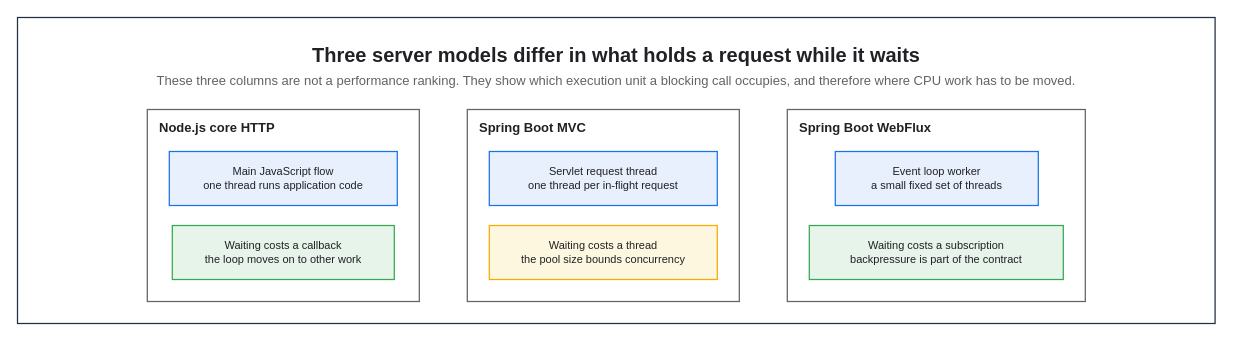
The draw.io diagram assets/img/server/nodejs-spring-server-stacks.drawio in KKamJi98/kkamji98.github.io, before the edit. Source tidied: cells renumbered, new cells numbered last; positions are measured from the earlier drawing's top-left corner, leaving out a move shared by most shapes. Both pictures are drawn from the tidied source at 100%, with x=0, y=0 at pixel (17, 17).
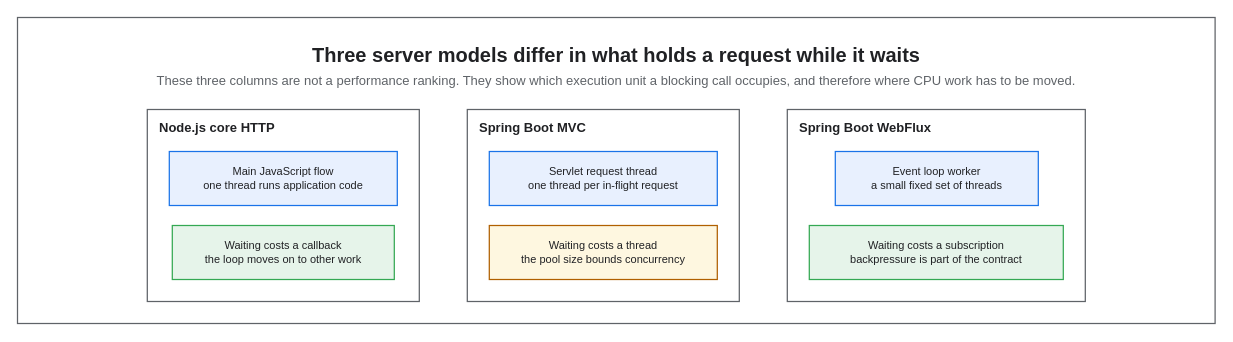
Above is the later version.

Change to the diagram source:
```diff
@@
 <mxGraphModel background="#FFFFFF">
   <root>
     <mxCell id="0" />
     <mxCell id="1" parent="0" />
-    <mxCell id="2" style="rounded=0;html=0;fillColor=none;strokeColor=#232F3E;fontColor=#202124;strokeWidth=1.25;" parent="1" vertex="1">
+    <mxCell id="2" style="rounded=0;html=0;fillColor=none;strokeColor=#5F6368;fontColor=#202124;strokeWidth=1.25;" parent="1" vertex="1">
       <mxGeometry width="1197.6" height="306" as="geometry" />
     </mxCell>
     <mxCell id="3" value="Three server models differ in what holds a request while it waits" style="text;html=0;whiteSpace=wrap;fillColor=none;strokeColor=none;fontColor=#202124;fontSize=20;fontStyle=1;align=center;verticalAlign=middle;" parent="1" vertex="1">
       <mxGeometry x="22" y="22" width="1153.6" height="30" as="geometry" />
     </mxCell>
     <mxCell id="4" value="These three columns are not a performance ranking. They show which execution unit a blocking call occupies, and therefore where CPU work has to be moved." style="text;html=0;whiteSpace=wrap;fillColor=none;strokeColor=none;fontColor=#5F6368;fontSize=13;fontStyle=0;align=center;verticalAlign=middle;" parent="1" vertex="1">
       <mxGeometry x="22" y="52" width="1153.6" height="22" as="geometry" />
     </mxCell>
     <mxCell id="5" value="Node.js core HTTP" style="rounded=0;whiteSpace=wrap;html=0;fillColor=none;strokeColor=#5F6368;fontColor=#202124;fontSize=13;fontStyle=1;align=left;verticalAlign=top;spacingLeft=10;spacingTop=4;strokeWidth=1.25;dashed=0;" parent="1" vertex="1">
       <mxGeometry x="129.8" y="92" width="272" height="192" as="geometry" />
     </mxCell>
     <mxCell id="6" value="Spring Boot MVC" style="rounded=0;whiteSpace=wrap;html=0;fillColor=none;strokeColor=#5F6368;fontColor=#202124;fontSize=13;fontStyle=1;align=left;verticalAlign=top;spacingLeft=10;spacingTop=4;strokeWidth=1.25;dashed=0;" parent="1" vertex="1">
       <mxGeometry x="449.8" y="92" width="272" height="192" as="geometry" />
     </mxCell>
     <mxCell id="7" value="Spring Boot WebFlux" style="rounded=0;whiteSpace=wrap;html=0;fillColor=none;strokeColor=#5F6368;fontColor=#202124;fontSize=13;fontStyle=1;align=left;verticalAlign=top;spacingLeft=10;spacingTop=4;strokeWidth=1.25;dashed=0;" parent="1" vertex="1">
       <mxGeometry x="769.8" y="92" width="298" height="192" as="geometry" />
     </mxCell>
     <mxCell id="8" value="Main JavaScript flow&#10;one thread runs application code" style="rounded=0;whiteSpace=wrap;html=0;fillColor=#E8F0FE;strokeColor=#1A73E8;fontColor=#202124;fontSize=11;fontStyle=0;align=center;verticalAlign=middle;spacingLeft=6;spacingRight=6;strokeWidth=1.25;" parent="1" vertex="1">
       <mxGeometry x="151.8" y="134" width="228" height="54" as="geometry" />
     </mxCell>
     <mxCell id="9" value="Waiting costs a callback&#10;the loop moves on to other work" style="rounded=0;whiteSpace=wrap;html=0;fillColor=#E6F4EA;strokeColor=#34A853;fontColor=#202124;fontSize=11;fontStyle=0;align=center;verticalAlign=middle;spacingLeft=6;spacingRight=6;strokeWidth=1.25;" parent="1" vertex="1">
       <mxGeometry x="154.8" y="208" width="222" height="54" as="geometry" />
     </mxCell>
     <mxCell id="10" value="Servlet request thread&#10;one thread per in-flight request" style="rounded=0;whiteSpace=wrap;html=0;fillColor=#E8F0FE;strokeColor=#1A73E8;fontColor=#202124;fontSize=11;fontStyle=0;align=center;verticalAlign=middle;spacingLeft=6;spacingRight=6;strokeWidth=1.25;" parent="1" vertex="1">
       <mxGeometry x="471.8" y="134" width="228" height="54" as="geometry" />
     </mxCell>
-    <mxCell id="11" value="Waiting costs a thread&#10;the pool size bounds concurrency" style="rounded=0;whiteSpace=wrap;html=0;fillColor=#FEF7E0;strokeColor=#F9AB00;fontColor=#202124;fontSize=11;fontStyle=0;align=center;verticalAlign=middle;spacingLeft=6;spacingRight=6;strokeWidth=1.25;" parent="1" vertex="1">
+    <mxCell id="11" value="Waiting costs a thread&#10;the pool size bounds concurrency" style="rounded=0;whiteSpace=wrap;html=0;fillColor=#FEF7E0;strokeColor=#B06000;fontColor=#202124;fontSize=11;fontStyle=0;align=center;verticalAlign=middle;spacingLeft=6;spacingRight=6;strokeWidth=1.25;" parent="1" vertex="1">
       <mxGeometry x="471.8" y="208" width="228" height="54" as="geometry" />
     </mxCell>
     <mxCell id="12" value="Event loop worker&#10;a small fixed set of threads" style="rounded=0;whiteSpace=wrap;html=0;fillColor=#E8F0FE;strokeColor=#1A73E8;fontColor=#202124;fontSize=11;fontStyle=0;align=center;verticalAlign=middle;spacingLeft=6;spacingRight=6;strokeWidth=1.25;" parent="1" vertex="1">
       <mxGeometry x="817.8" y="134" width="203" height="54" as="geometry" />
     </mxCell>
     <mxCell id="13" value="Waiting costs a subscription&#10;backpressure is part of the contract" style="rounded=0;whiteSpace=wrap;html=0;fillColor=#E6F4EA;strokeColor=#34A853;fontColor=#202124;fontSize=11;fontStyle=0;align=center;verticalAlign=middle;spacingLeft=6;spacingRight=6;strokeWidth=1.25;" parent="1" vertex="1">
       <mxGeometry x="791.8" y="208" width="254" height="54" as="geometry" />
     </mxCell>
   </root>
 </mxGraphModel>
```
